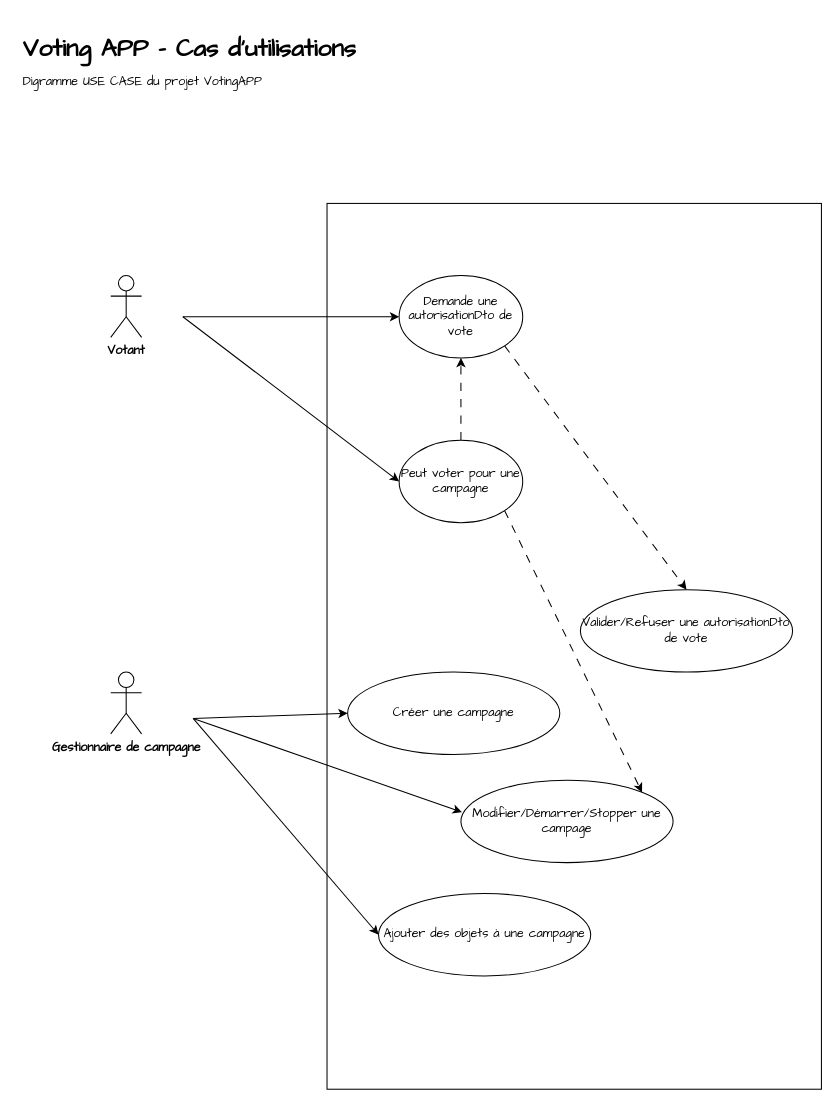
Earlier version of the draw.io diagram page "Page-2" (2 of 7) of documentation/voting-app.drawio (ylked/voting-app). Source tidied: cells renumbered, new cells numbered last; positions are measured from the earlier drawing's top-left corner, leaving out a move shared by most shapes. Both pictures are drawn from the tidied source at 103%, with x=0, y=0 at pixel (18, 28).
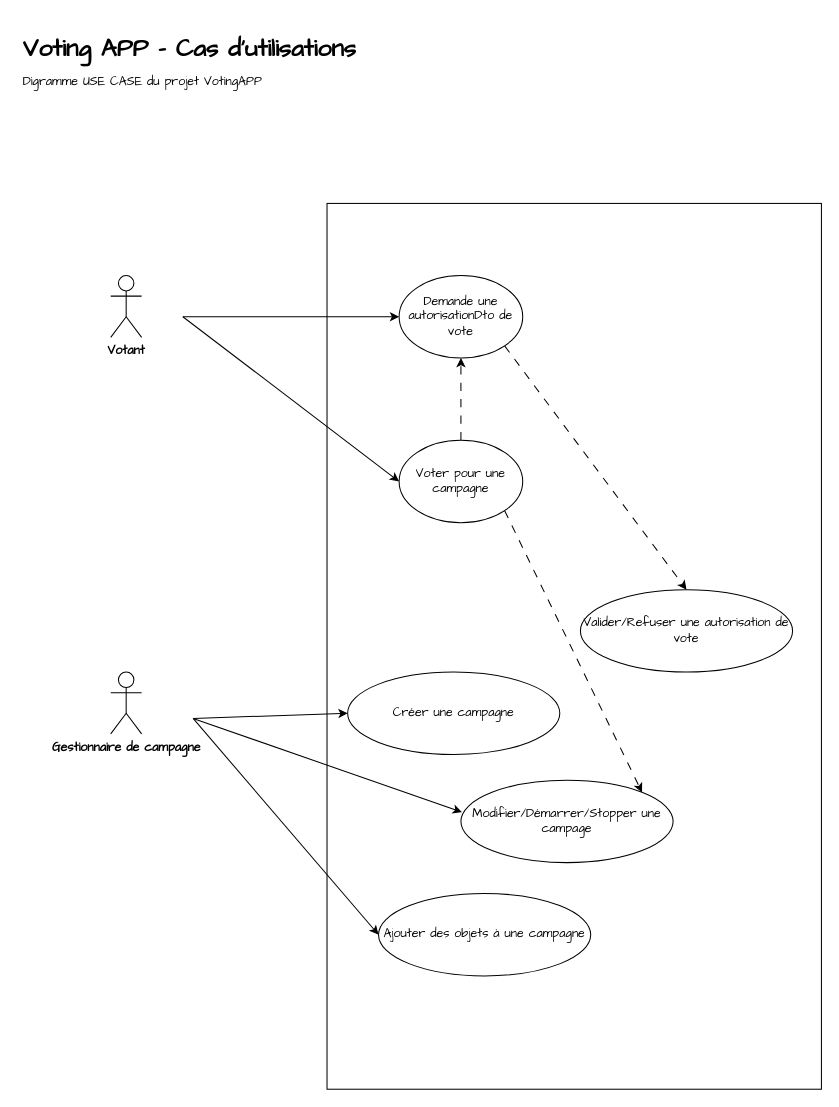
The same page after the edit.

What changed in the source:
```diff
@@
-    <mxCell id="8" value="Peut voter pour une campagne" style="ellipse;whiteSpace=wrap;html=1;fontFamily=Comic Sans MS;" parent="1" vertex="1">
+    <mxCell id="8" value="Voter pour une campagne" style="ellipse;whiteSpace=wrap;html=1;fontFamily=Comic Sans MS;" parent="1" vertex="1">
       <mxGeometry x="370" y="400" width="120" height="80" as="geometry" />
     </mxCell>
@@
-    <mxCell id="15" value="Valider/Refuser une autorisationDto de vote" style="ellipse;whiteSpace=wrap;html=1;fontFamily=Comic Sans MS;" parent="1" vertex="1">
+    <mxCell id="15" value="Valider/Refuser une autorisation de vote" style="ellipse;whiteSpace=wrap;html=1;fontFamily=Comic Sans MS;" parent="1" vertex="1">
       <mxGeometry x="546" y="545" width="206" height="80" as="geometry" />
     </mxCell>
```
